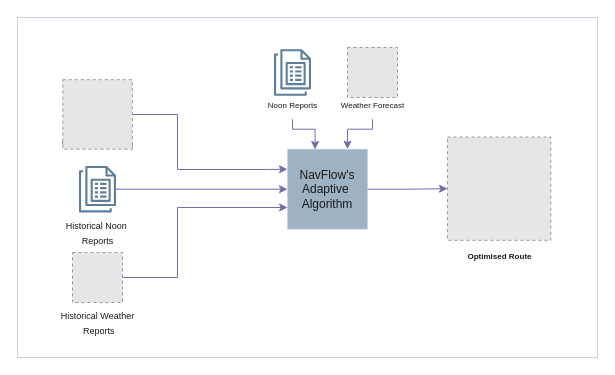
harshit081/sih24 keeps this draw.io diagram as SIH1658/SeaRoutes.drawio. Above is the earlier version. Source tidied: cells renumbered, new cells numbered last; positions are measured from the earlier drawing's top-left corner, leaving out a move shared by most shapes. Both pictures are drawn from the tidied source at 100%, with x=0, y=0 at pixel (17, 17). Pictures stored in the file or linked from it are replaced by grey dashed boxes.
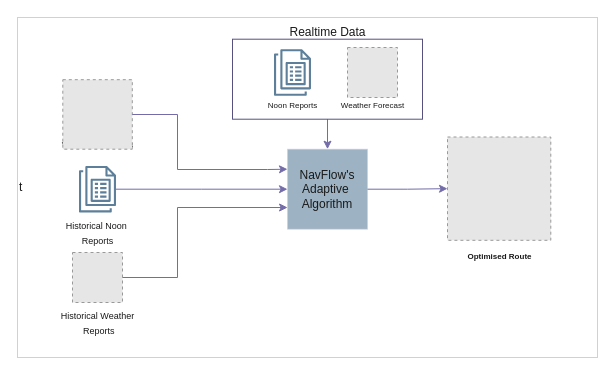
Above is the later version.

The change refers to these unchanged cells:
```xml
<mxCell id="2" value="NavFlow's&lt;br&gt;Adaptive&amp;nbsp;&lt;div&gt;Algorithm&lt;/div&gt;" style="whiteSpace=wrap;html=1;fillColor=#5D7F99;strokeColor=#D0CEE2;glass=0;opacity=60;labelBackgroundColor=none;fontColor=#1A1A1A;" parent="1" vertex="1">
  <mxGeometry x="270" y="131.7" width="80" height="80" as="geometry" />
</mxCell>
<mxCell id="14" value="&lt;font style=&quot;font-size: 8px;&quot;&gt;Weather Forecast&lt;/font&gt;" style="text;html=1;align=center;verticalAlign=middle;points=[];strokeColor=none;fillColor=none;labelBackgroundColor=none;fontColor=#1A1A1A;" parent="12" vertex="1">
  <mxGeometry y="41.7" width="90" height="30" as="geometry" />
</mxCell>
<mxCell id="17" value="&lt;font style=&quot;font-size: 8px;&quot;&gt;Noon Reports&lt;/font&gt;" style="text;html=1;align=center;verticalAlign=middle;points=[];strokeColor=none;fillColor=none;labelBackgroundColor=none;fontColor=#1A1A1A;" parent="15" vertex="1">
  <mxGeometry y="40" width="70" height="30" as="geometry" />
</mxCell>
```

Change to the diagram source:
```diff
@@
+    <mxCell id="23" value="t" style="rounded=0;whiteSpace=wrap;html=1;align=left;fillColor=none;labelBackgroundColor=none;strokeColor=#D0CEE2;fontColor=#1A1A1A;" parent="1" vertex="1">
+      <mxGeometry width="580" height="340" as="geometry" />
+    </mxCell>
@@
-    <mxCell id="18" style="edgeStyle=orthogonalEdgeStyle;rounded=0;jettySize=auto;html=1;entryX=0.345;entryY=0.003;entryDx=0;entryDy=0;entryPerimeter=0;strokeColor=#736CA8;labelBackgroundColor=none;fontColor=default;" parent="1" edge="1" source="17" target="2">
-      <mxGeometry relative="1" as="geometry">
-        <Array as="points">
-          <mxPoint x="275" y="111.7" />
-          <mxPoint x="298" y="111.7" />
-        </Array>
-      </mxGeometry>
-    </mxCell>
-    <mxCell id="19" style="edgeStyle=orthogonalEdgeStyle;rounded=0;jettySize=auto;html=1;entryX=0.75;entryY=0;entryDx=0;entryDy=0;strokeColor=#736CA8;labelBackgroundColor=none;fontColor=default;" parent="1" edge="1" source="14" target="2">
-      <mxGeometry relative="1" as="geometry">
-        <Array as="points">
-          <mxPoint x="355" y="111.7" />
-          <mxPoint x="330" y="111.7" />
-        </Array>
-      </mxGeometry>
-    </mxCell>
@@
-    <mxCell id="23" style="rounded=0;whiteSpace=wrap;html=1;align=left;fillColor=none;labelBackgroundColor=none;strokeColor=#D0CEE2;fontColor=#1A1A1A;" parent="1" vertex="1">
-      <mxGeometry width="580" height="340" as="geometry" />
-    </mxCell>
+    <mxCell id="24" style="edgeStyle=orthogonalEdgeStyle;rounded=0;jettySize=auto;html=1;strokeColor=#736CA8;fontColor=#1A1A1A;" parent="1" edge="1" source="25" target="2">
+      <mxGeometry relative="1" as="geometry" />
+    </mxCell>
+    <mxCell id="25" style="rounded=0;whiteSpace=wrap;html=1;align=left;fillColor=none;strokeColor=#56517e;" parent="1" vertex="1">
+      <mxGeometry x="215" y="21.7" width="190" height="80" as="geometry" />
+    </mxCell>
+    <mxCell id="26" value="Realtime Data" style="text;html=1;align=center;verticalAlign=middle;strokeColor=none;fillColor=none;fontColor=#1A1A1A;" parent="1" vertex="1">
+      <mxGeometry x="260" width="100" height="30" as="geometry" />
+    </mxCell>
```
